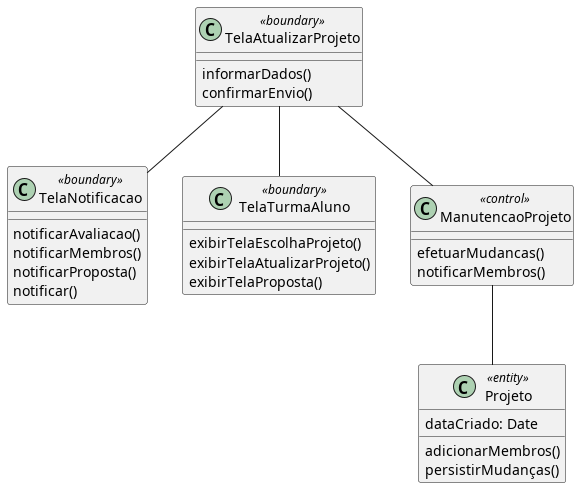
The PlantUML diagram diagramas/classe_projeto/alterar_projeto.png in Pedro-V/projetorium, before a commit.
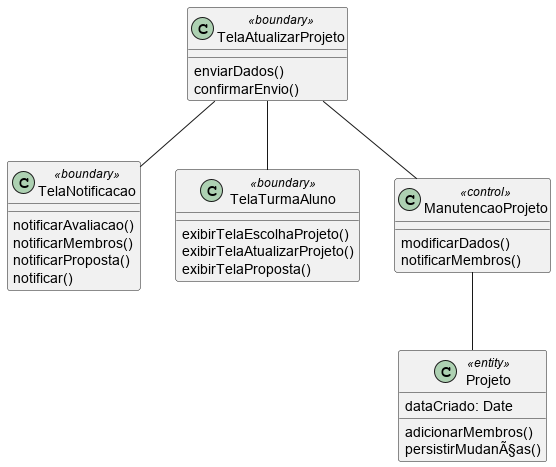
The same diagram one commit later.

Change to the diagram source:
```diff
@@ -5,12 +5,12 @@
 !includesub base_telas.puml!TelaTurmaAluno
 
 class TelaAtualizarProjeto <<boundary>> {
-  informarDados()
+  enviarDados()
   confirmarEnvio()
 }
 
 class ManutencaoProjeto <<control>> {
-  efetuarMudancas()
+  modificarDados()
   notificarMembros()
 }
 
```
